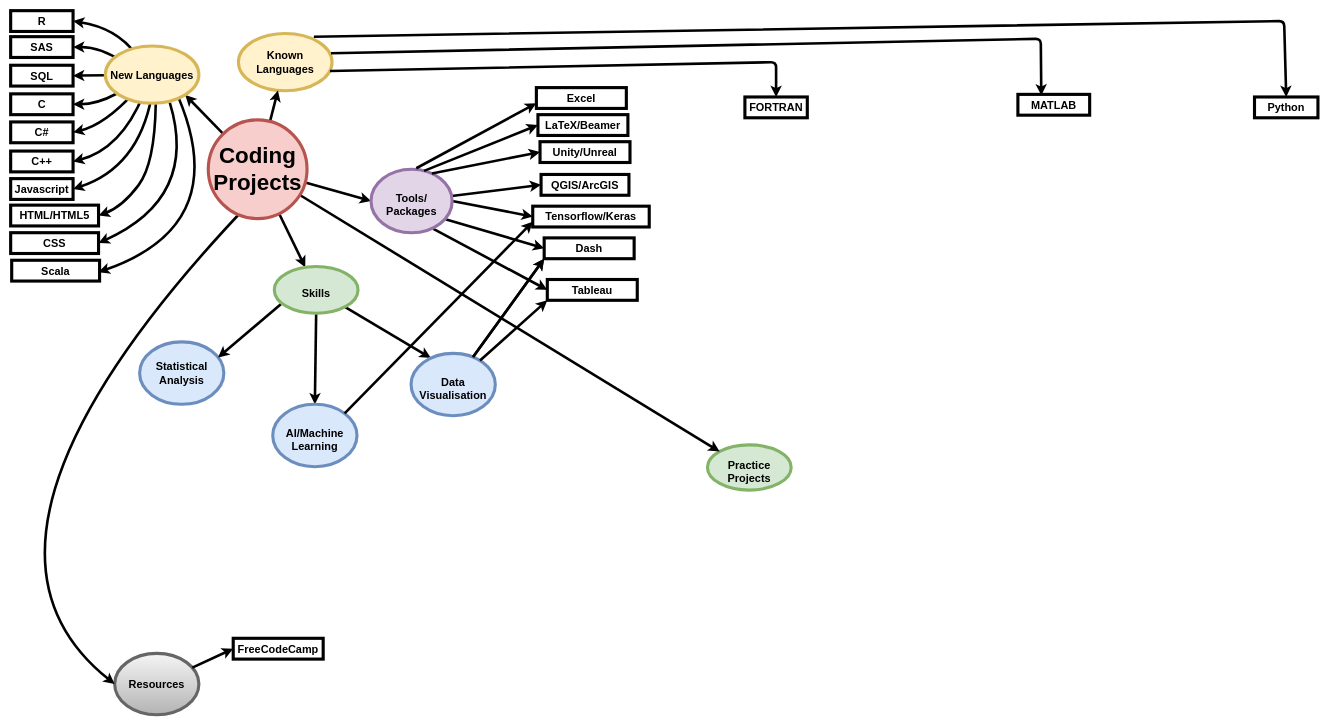
This is Central Diagram.drawio from owen-jordan/central-repo, a draw.io file, before an edit. Source tidied: cells renumbered, new cells numbered last; positions are measured from the earlier drawing's top-left corner, leaving out a move shared by most shapes. Both pictures are drawn from the tidied source at 52%, with x=0, y=0 at pixel (-71, 10).
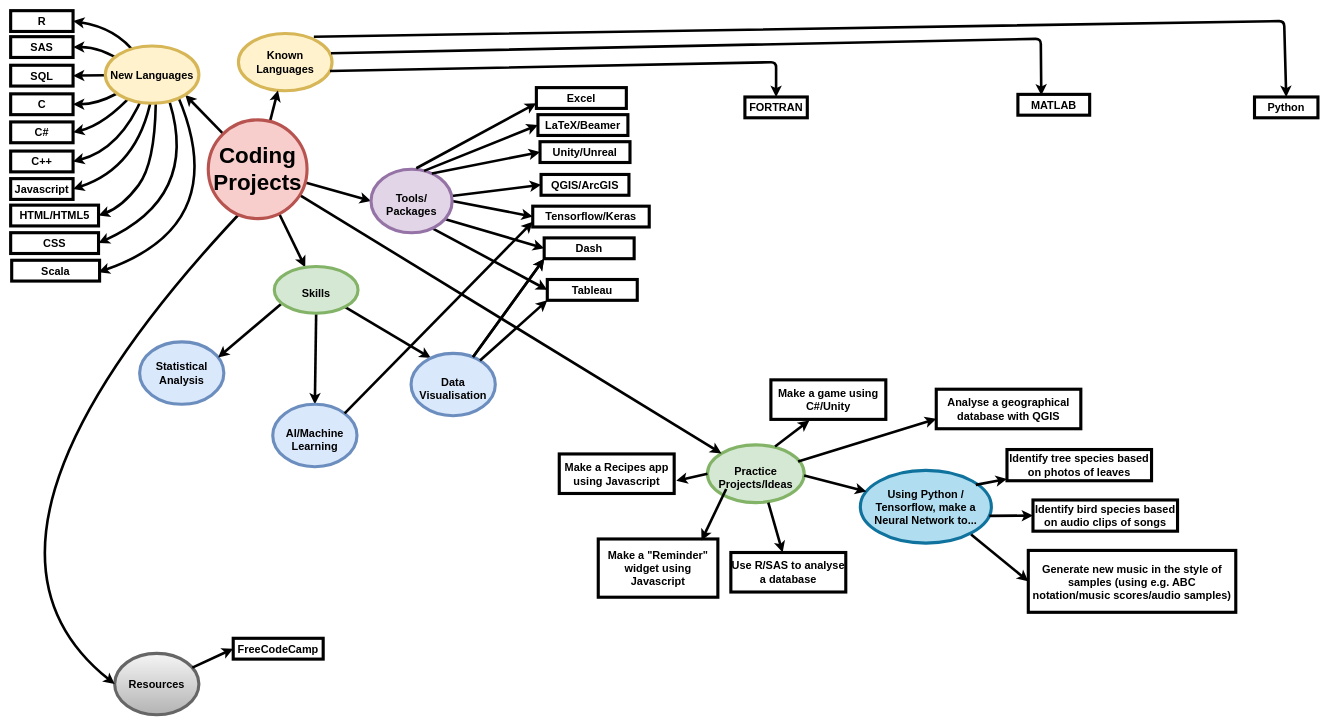
Above is the later version.

Diff of the diagram source:
```diff
@@
-    <mxCell id="25" value="&lt;br&gt;&lt;div&gt;&lt;b&gt;&lt;font style=&quot;font-size: 21px&quot;&gt;Practice&lt;/font&gt;&lt;/b&gt;&lt;/div&gt;&lt;div&gt;&lt;b&gt;&lt;font style=&quot;font-size: 21px&quot;&gt;Projects&lt;/font&gt;&lt;/b&gt;&lt;/div&gt;" style="ellipse;whiteSpace=wrap;html=1;strokeWidth=6;fillColor=#d5e8d4;strokeColor=#82b366;" parent="1" vertex="1">
-      <mxGeometry x="1496" y="835" width="161" height="87" as="geometry" />
+    <mxCell id="25" value="&lt;br&gt;&lt;div&gt;&lt;b&gt;&lt;font style=&quot;font-size: 21px&quot;&gt;Practice&lt;/font&gt;&lt;/b&gt;&lt;/div&gt;&lt;div&gt;&lt;b&gt;&lt;font style=&quot;font-size: 21px&quot;&gt;Projects/Ideas&lt;/font&gt;&lt;/b&gt;&lt;/div&gt;" style="ellipse;whiteSpace=wrap;html=1;strokeWidth=6;fillColor=#d5e8d4;strokeColor=#82b366;" parent="1" vertex="1">
+      <mxGeometry x="1496" y="835" width="186" height="111" as="geometry" />
     </mxCell>
@@
+    <mxCell id="67" value="&lt;b&gt;&lt;font style=&quot;font-size: 21px&quot;&gt;Make a game using C#/Unity&lt;br&gt;&lt;/font&gt;&lt;/b&gt;" style="rounded=0;whiteSpace=wrap;html=1;strokeWidth=6;" parent="1" vertex="1">
+      <mxGeometry x="1618" y="710" width="221" height="76" as="geometry" />
+    </mxCell>
+    <mxCell id="68" value="&lt;b&gt;&lt;font style=&quot;font-size: 21px&quot;&gt;Using Python / Tensorflow, make a Neural Network to...&lt;br&gt;&lt;/font&gt;&lt;/b&gt;" style="ellipse;whiteSpace=wrap;html=1;strokeWidth=6;fillColor=#b1ddf0;strokeColor=#10739e;" parent="1" vertex="1">
+      <mxGeometry x="1790" y="884" width="252" height="140" as="geometry" />
+    </mxCell>
+    <mxCell id="69" style="endArrow=classic;html=1;strokeWidth=5;" parent="1" edge="1" target="68">
+      <mxGeometry relative="1" as="geometry">
+        <mxPoint x="1682" y="894" as="sourcePoint" />
+      </mxGeometry>
+    </mxCell>
+    <mxCell id="70" style="endArrow=classic;html=1;strokeWidth=5;" parent="1" edge="1" target="71">
+      <mxGeometry relative="1" as="geometry">
+        <mxPoint x="2012" y="912" as="sourcePoint" />
+      </mxGeometry>
+    </mxCell>
+    <mxCell id="71" value="&lt;b&gt;&lt;font style=&quot;font-size: 21px&quot;&gt;Identify tree species based on photos of leaves&lt;/font&gt;&lt;/b&gt;" style="rounded=0;whiteSpace=wrap;html=1;strokeWidth=6;" parent="1" vertex="1">
+      <mxGeometry x="2072" y="844" width="278" height="60" as="geometry" />
+    </mxCell>
+    <mxCell id="72" value="&lt;b&gt;&lt;font style=&quot;font-size: 21px&quot;&gt;Identify bird species based on audio clips of songs&lt;br&gt;&lt;/font&gt;&lt;/b&gt;" style="rounded=0;whiteSpace=wrap;html=1;strokeWidth=6;" parent="1" vertex="1">
+      <mxGeometry x="2122" y="941" width="278" height="60" as="geometry" />
+    </mxCell>
+    <mxCell id="73" style="endArrow=classic;html=1;strokeWidth=5;entryX=0;entryY=0.5;entryDx=0;entryDy=0;" parent="1" edge="1" target="72">
+      <mxGeometry relative="1" as="geometry">
+        <mxPoint x="2038" y="971.5" as="sourcePoint" />
+      </mxGeometry>
+    </mxCell>
+    <mxCell id="74" value="&lt;b&gt;&lt;font style=&quot;font-size: 21px&quot;&gt;Generate new music in the style of samples (using e.g. ABC notation/music scores/audio samples)&lt;br&gt;&lt;/font&gt;&lt;/b&gt;" style="rounded=0;whiteSpace=wrap;html=1;strokeWidth=6;" parent="1" vertex="1">
+      <mxGeometry x="2113" y="1038" width="399" height="119" as="geometry" />
+    </mxCell>
+    <mxCell id="75" style="endArrow=classic;html=1;strokeWidth=5;entryX=0;entryY=0.5;entryDx=0;entryDy=0;" parent="1" edge="1" target="74">
+      <mxGeometry relative="1" as="geometry">
+        <mxPoint x="2003" y="1007.5" as="sourcePoint" />
+      </mxGeometry>
+    </mxCell>
+    <mxCell id="76" style="endArrow=classic;html=1;strokeWidth=5;entryX=0.335;entryY=1.026;entryDx=0;entryDy=0;entryPerimeter=0;" parent="1" edge="1" target="67">
+      <mxGeometry relative="1" as="geometry">
+        <mxPoint x="1626" y="838" as="sourcePoint" />
+      </mxGeometry>
+    </mxCell>
+    <mxCell id="77" style="endArrow=classic;html=1;strokeWidth=5;" parent="1" edge="1" target="78">
+      <mxGeometry relative="1" as="geometry">
+        <mxPoint x="1613" y="946" as="sourcePoint" />
+      </mxGeometry>
+    </mxCell>
+    <mxCell id="78" value="&lt;b&gt;&lt;font style=&quot;font-size: 21px&quot;&gt;Use R/SAS to analyse a database&lt;/font&gt;&lt;/b&gt;" style="rounded=0;whiteSpace=wrap;html=1;strokeWidth=6;" parent="1" vertex="1">
+      <mxGeometry x="1541" y="1042" width="221" height="76" as="geometry" />
+    </mxCell>
+    <mxCell id="79" value="&lt;b&gt;&lt;font style=&quot;font-size: 21px&quot;&gt;Make a &quot;Reminder&quot; widget using Javascript&lt;/font&gt;&lt;/b&gt;" style="rounded=0;whiteSpace=wrap;html=1;strokeWidth=6;" parent="1" vertex="1">
+      <mxGeometry x="1286" y="1016" width="230" height="112" as="geometry" />
+    </mxCell>
+    <mxCell id="80" style="endArrow=classic;html=1;strokeWidth=5;entryX=0.863;entryY=0.028;entryDx=0;entryDy=0;entryPerimeter=0;" parent="1" edge="1" target="79">
+      <mxGeometry relative="1" as="geometry">
+        <mxPoint x="1532" y="920" as="sourcePoint" />
+      </mxGeometry>
+    </mxCell>
+    <mxCell id="81" value="&lt;b&gt;&lt;font style=&quot;font-size: 21px&quot;&gt;Make a Recipes app using Javascript &lt;br&gt;&lt;/font&gt;&lt;/b&gt;" style="rounded=0;whiteSpace=wrap;html=1;strokeWidth=6;" parent="1" vertex="1">
+      <mxGeometry x="1211" y="852.5" width="221" height="76" as="geometry" />
+    </mxCell>
+    <mxCell id="82" style="endArrow=classic;html=1;strokeWidth=5;entryX=0.863;entryY=0.028;entryDx=0;entryDy=0;entryPerimeter=0;exitX=0;exitY=0.5;exitDx=0;exitDy=0;" parent="1" edge="1" source="25">
+      <mxGeometry relative="1" as="geometry">
+        <mxPoint x="1436" y="904" as="targetPoint" />
+      </mxGeometry>
+    </mxCell>
+    <mxCell id="83" value="&lt;b&gt;&lt;font style=&quot;font-size: 21px&quot;&gt;Analyse a geographical database with QGIS&lt;br&gt;&lt;/font&gt;&lt;/b&gt;" style="rounded=0;whiteSpace=wrap;html=1;strokeWidth=6;" parent="1" vertex="1">
+      <mxGeometry x="1936" y="728" width="278" height="76" as="geometry" />
+    </mxCell>
+    <mxCell id="84" style="endArrow=classic;html=1;strokeWidth=5;entryX=0;entryY=0.75;entryDx=0;entryDy=0;" parent="1" edge="1" target="83">
+      <mxGeometry relative="1" as="geometry">
+        <mxPoint x="1670.4" y="867" as="sourcePoint" />
+      </mxGeometry>
+    </mxCell>
```
